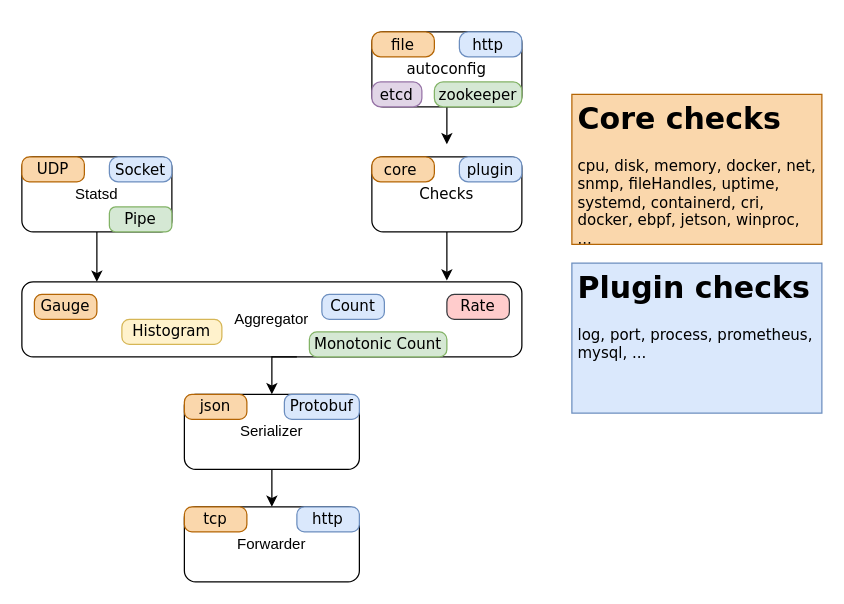
Above: page "aggregator" (4 of 4) of n9e.drawio in yubo/draw (draw.io), before the change. Source tidied: cells renumbered, new cells numbered last; positions are measured from the earlier drawing's top-left corner, leaving out a move shared by most shapes. Both pictures are drawn from the tidied source at 125%, with x=0, y=0 at pixel (21, 31).
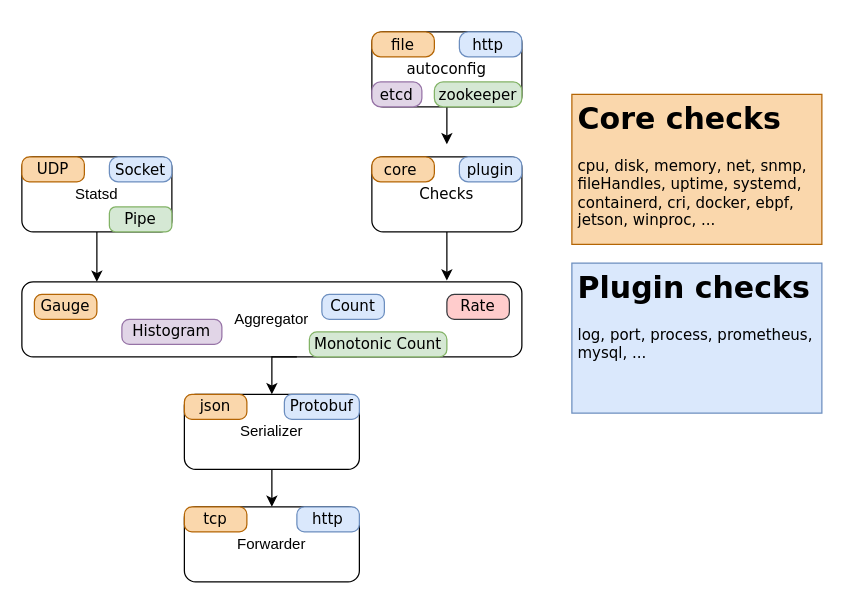
After the change.

Change to the diagram source:
```diff
@@
-    <mxCell id="18" value="&lt;font style=&quot;font-size: 12px&quot;&gt;Histogram&lt;/font&gt;" style="rounded=1;whiteSpace=wrap;html=1;fontFamily=Verdana;fillColor=#fff2cc;strokeColor=#d6b656;arcSize=30;" parent="1" vertex="1">
+    <mxCell id="18" value="&lt;font style=&quot;font-size: 12px&quot;&gt;Histogram&lt;/font&gt;" style="rounded=1;whiteSpace=wrap;html=1;fontFamily=Verdana;fillColor=#e1d5e7;strokeColor=#9673a6;arcSize=30;" parent="1" vertex="1">
       <mxGeometry x="80" y="230" width="80" height="20" as="geometry" />
     </mxCell>
@@
-    <mxCell id="31" value="&lt;h1&gt;Core checks&lt;/h1&gt;&lt;p&gt;cpu, disk, memory, docker, net, snmp, fileHandles, uptime, systemd, containerd, cri, docker, ebpf, jetson, winproc, ...&lt;/p&gt;" style="text;html=1;strokeColor=#b46504;fillColor=#fad7ac;spacing=5;spacingTop=-20;whiteSpace=wrap;overflow=hidden;rounded=0;fontFamily=Verdana;" parent="1" vertex="1">
+    <mxCell id="31" value="&lt;h1&gt;Core checks&lt;/h1&gt;&lt;p&gt;cpu, disk, memory, net, snmp, fileHandles, uptime, systemd, containerd, cri, docker, ebpf, jetson, winproc, ...&lt;/p&gt;" style="text;html=1;strokeColor=#b46504;fillColor=#fad7ac;spacing=5;spacingTop=-20;whiteSpace=wrap;overflow=hidden;rounded=0;fontFamily=Verdana;" parent="1" vertex="1">
       <mxGeometry x="440" y="50" width="200" height="120" as="geometry" />
     </mxCell>
```
